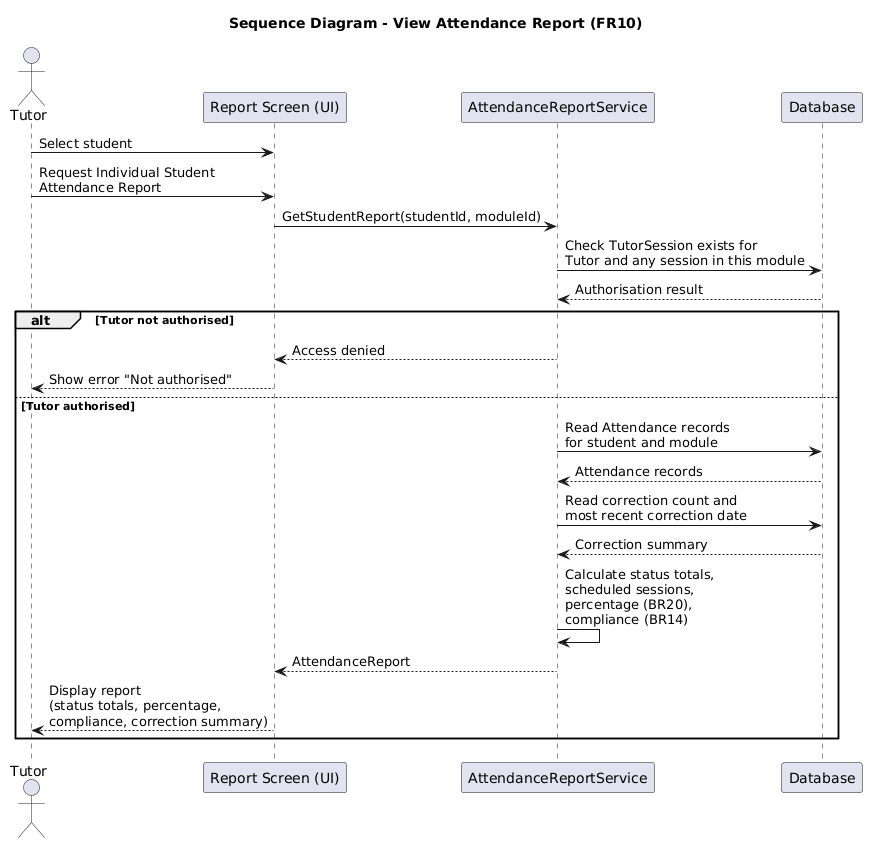
Shelly855/attendance-monitoring-copy keeps this PlantUML diagram as out/diagrams/sequence-diagram-view-report/AttendanceMonitoringSystemSequenceDiagramViewReport.png. Above is the earlier version.
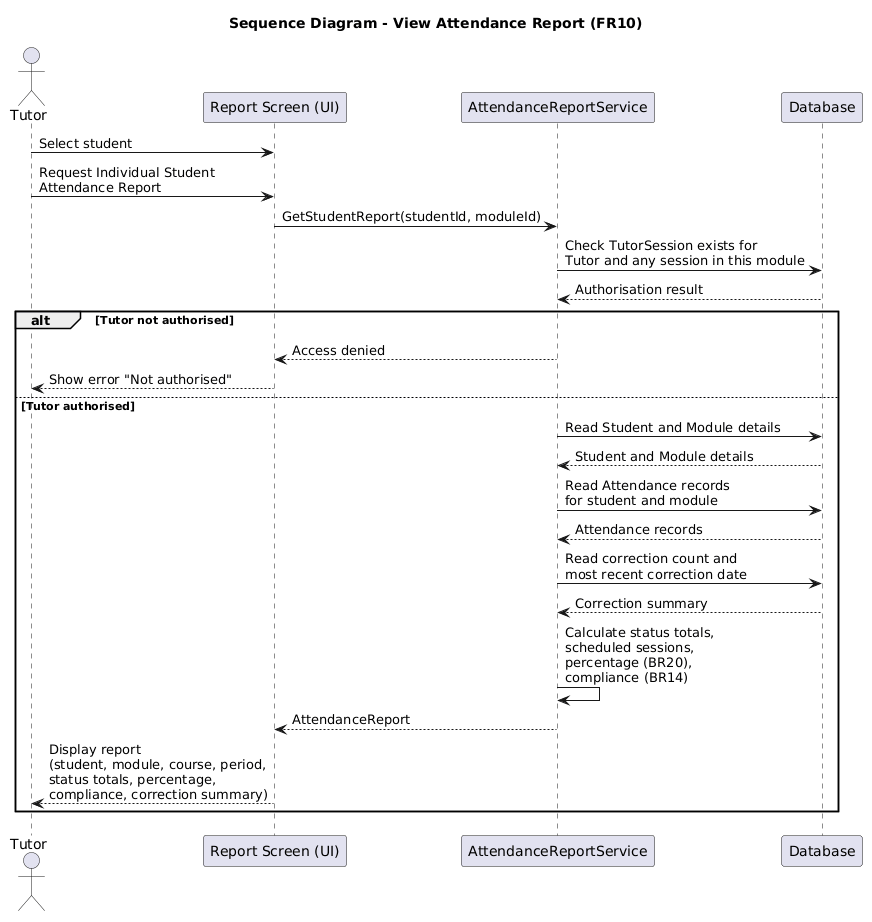
The same file after the commit.

The edit, as a diff of the source:
```diff
@@ -18,6 +18,9 @@
     Service --> UI : Access denied
     UI --> Tutor : Show error "Not authorised"
 else Tutor authorised
+    Service -> DB : Read Student and Module details
+    DB --> Service : Student and Module details
+
     Service -> DB : Read Attendance records\nfor student and module
     DB --> Service : Attendance records
 
@@ -27,6 +30,6 @@
     Service -> Service : Calculate status totals,\nscheduled sessions,\npercentage (BR20),\ncompliance (BR14)
 
     Service --> UI : AttendanceReport
-    UI --> Tutor : Display report\n(status totals, percentage,\ncompliance, correction summary)
+    UI --> Tutor : Display report\n(student, module, course, period,\nstatus totals, percentage,\ncompliance, correction summary)
 end
 @enduml
```
